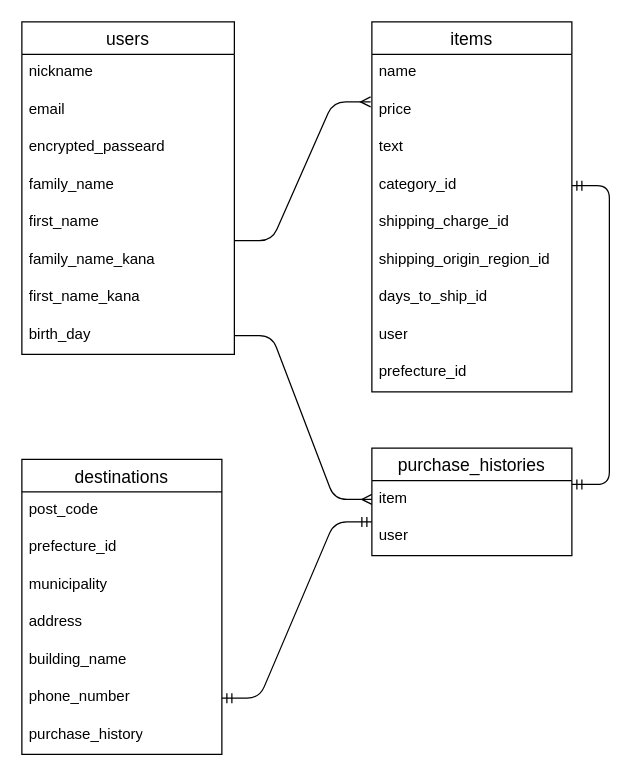
Before: furima.dio in campdaisuki/furima-38520, a draw.io diagram. Source tidied: cells renumbered, new cells numbered last; positions are measured from the earlier drawing's top-left corner, leaving out a move shared by most shapes. Both pictures are drawn from the tidied source at 125%, with x=0, y=0 at pixel (21, 21).
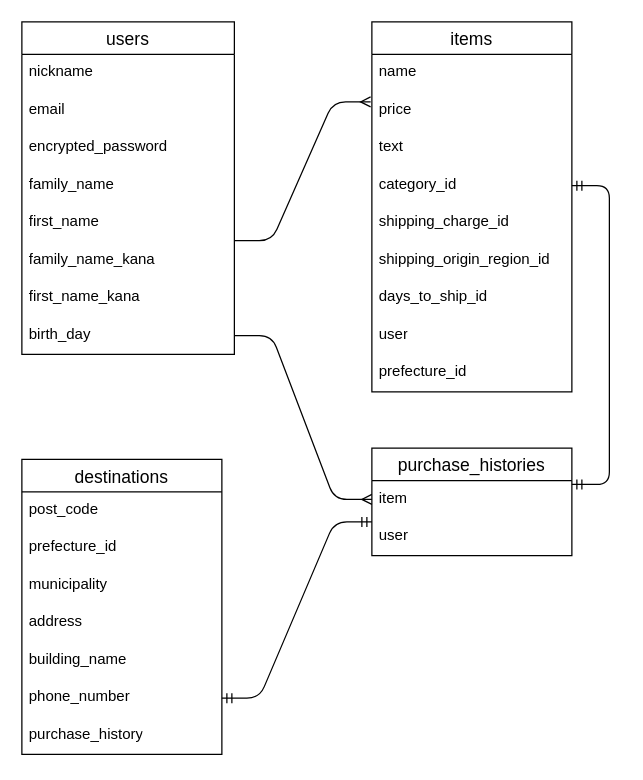
The same diagram, later.

Commit message:
README.md,ER図の作成(再提出⑥)

Unchanged cells that the change refers to:
```xml
<mxCell id="2" value="users" style="swimlane;fontStyle=0;horizontal=1;startSize=26;align=center;fontSize=14;strokeColor=default;" parent="1" vertex="1">
  <mxGeometry width="170" height="266" as="geometry" />
</mxCell>
```

What changed in the source:
```diff
@@
-    <mxCell id="5" value="encrypted_passeard" style="text;strokeColor=none;fillColor=none;spacingLeft=4;spacingRight=4;overflow=hidden;fontSize=12;" parent="2" vertex="1">
+    <mxCell id="5" value="encrypted_password" style="text;strokeColor=none;fillColor=none;spacingLeft=4;spacingRight=4;overflow=hidden;fontSize=12;" parent="2" vertex="1">
       <mxGeometry y="86" width="170" height="30" as="geometry" />
     </mxCell>
```
